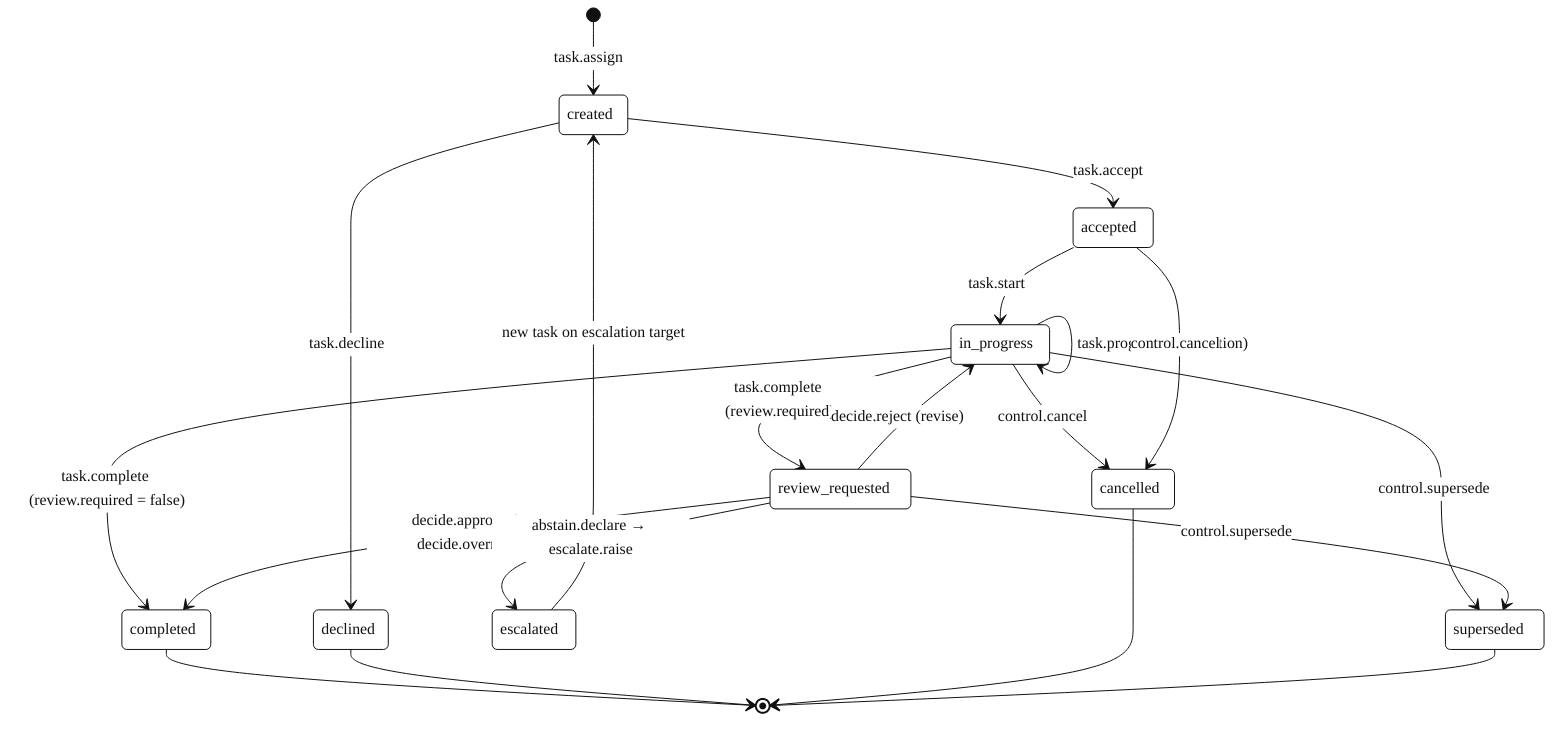
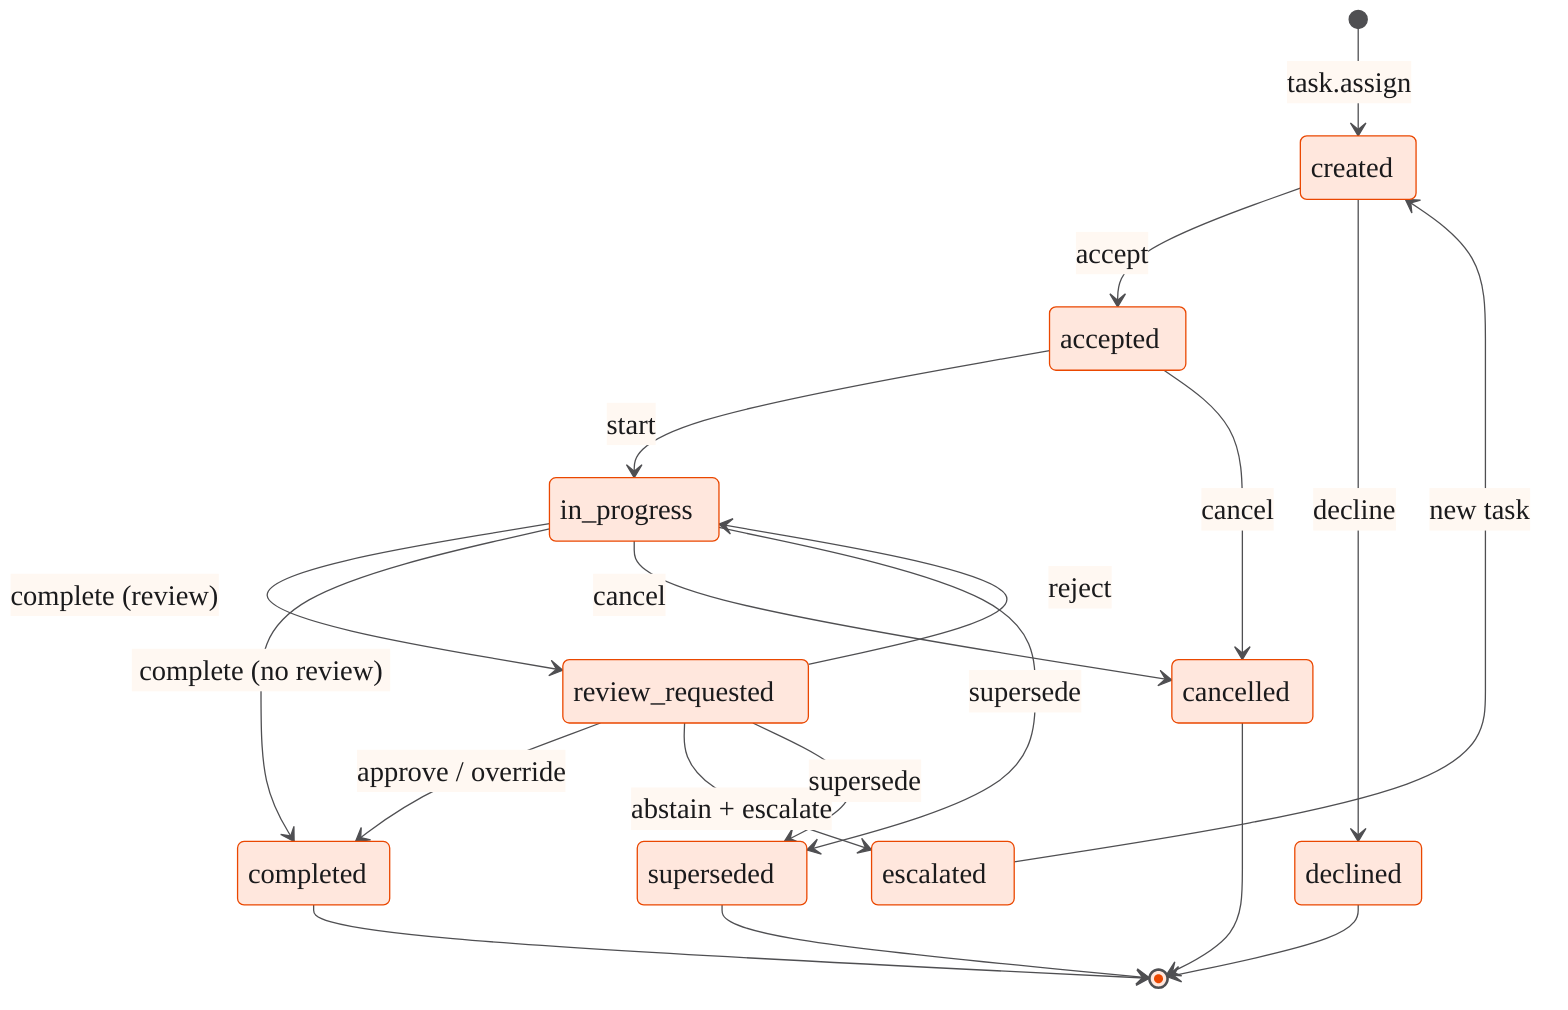
%%{init: {
  "theme": "base",
  "themeVariables": {
-     "fontSize": "16px",
-     "fontFamily": "Helvetica, Arial, sans-serif",
-     "primaryColor": "#ffffff",
-     "primaryTextColor": "#111111",
-     "primaryBorderColor": "#111111",
-     "lineColor": "#111111"
+     "fontSize": "22px",
+     "fontFamily": "Arial, Helvetica, sans-serif",
+     "primaryColor": "#FFE7DD",
+     "primaryTextColor": "#1a1a1c",
+     "primaryBorderColor": "#EA4700",
+     "lineColor": "#4f4f52",
+     "secondaryColor": "#FFF8F2",
+     "secondaryTextColor": "#1a1a1c",
+     "secondaryBorderColor": "#1a1a1c",
+     "tertiaryColor": "#FFF8F2",
+     "tertiaryTextColor": "#1a1a1c",
+     "tertiaryBorderColor": "#1a1a1c"
  }
}}%%
stateDiagram-v2
+     direction TB
    [*] --> created : task.assign
-     created --> accepted : task.accept
-     created --> declined : task.decline
-     accepted --> in_progress : task.start
-     in_progress --> in_progress : task.progress (notification)
-     in_progress --> review_requested : task.complete (review.required)
-     in_progress --> completed : task.complete (review.required = false)
-     review_requested --> completed : decide.approve / decide.override
-     review_requested --> in_progress : decide.reject (revise)
-     review_requested --> escalated : abstain.declare → escalate.raise
-     escalated --> created : new task on escalation target
-     in_progress --> superseded : control.supersede
-     review_requested --> superseded : control.supersede
-     in_progress --> cancelled : control.cancel
-     accepted --> cancelled : control.cancel
+     created --> accepted : accept
+     created --> declined : decline
+     accepted --> in_progress : start
+     in_progress --> review_requested : complete (review)
+     in_progress --> completed : complete (no review)
+     review_requested --> completed : approve / override
+     review_requested --> in_progress : reject
+     review_requested --> escalated : abstain + escalate
+     escalated --> created : new task
+     in_progress --> cancelled : cancel
+     accepted --> cancelled : cancel
+     in_progress --> superseded : supersede
+     review_requested --> superseded : supersede
    completed --> [*]
    declined --> [*]
    cancelled --> [*]
    superseded --> [*]
